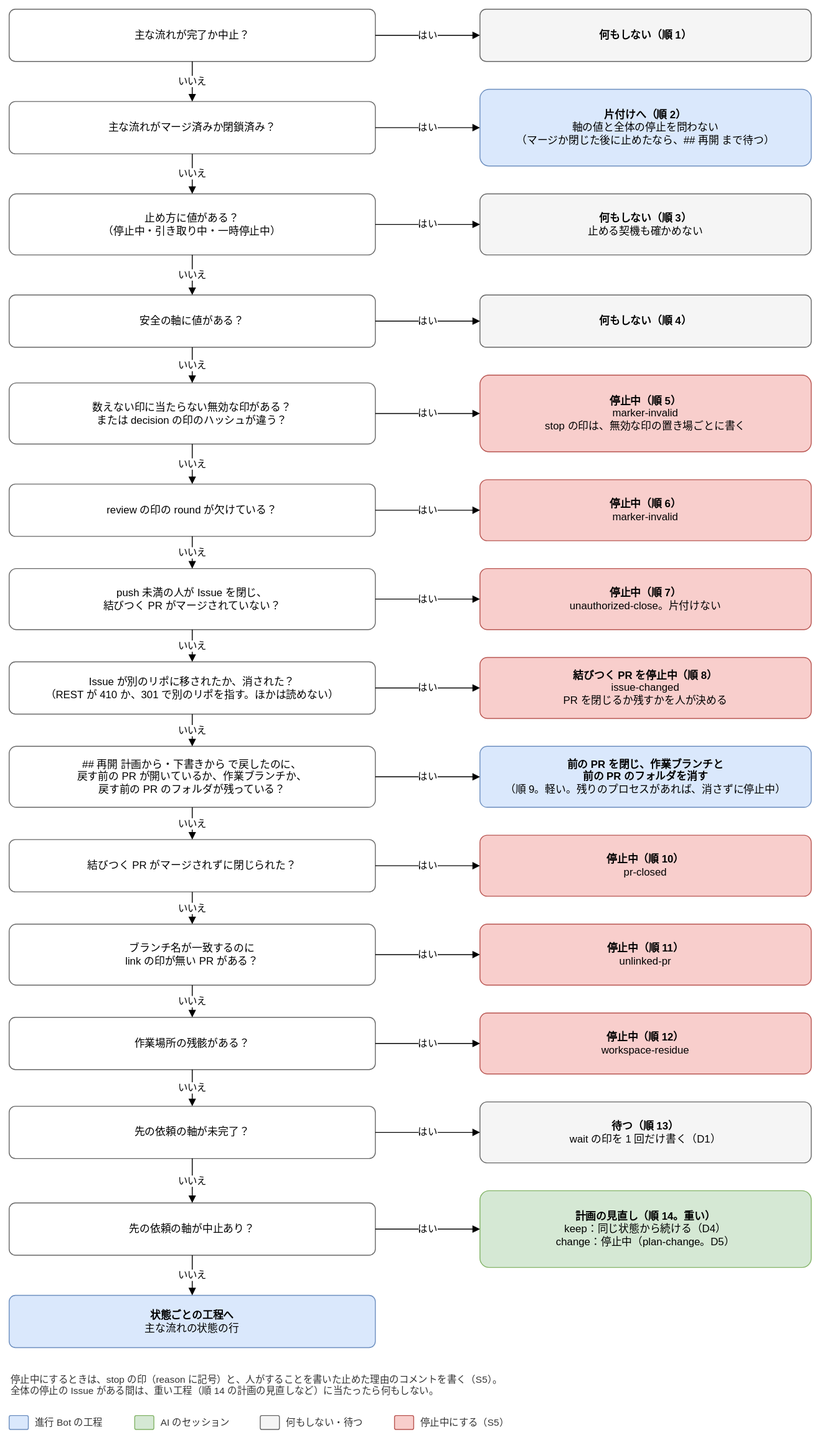
The draw.io diagram docs/design/basic/diagrams/02-next-step-stops.drawio.svg in Joymerrevent/dev-autopilot, before a commit. Source tidied: cells renumbered, new cells last; positions are measured from the earlier drawing's top-left corner, leaving out a move shared by most shapes.
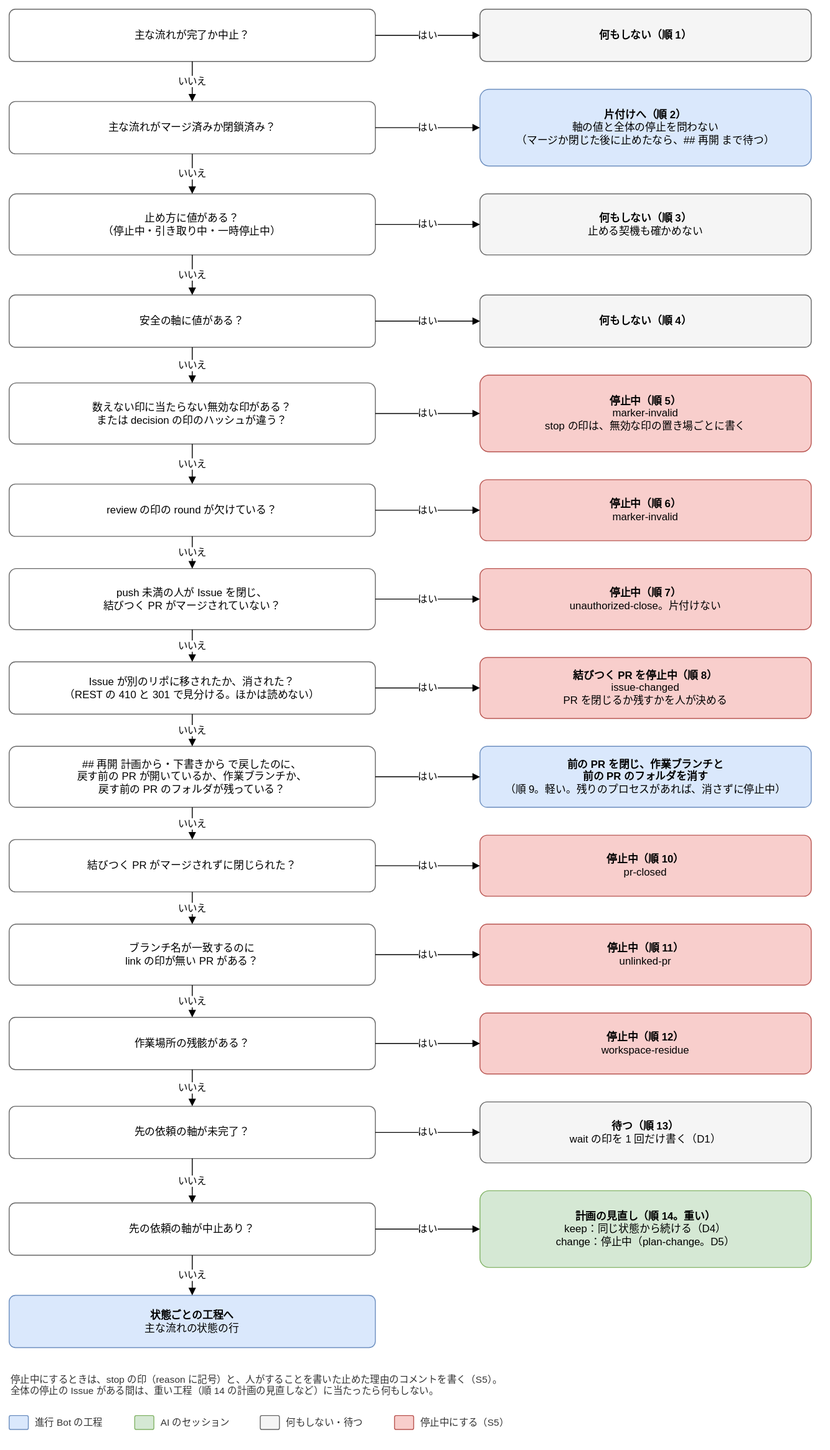
After the commit.

Commit message:
docs(design): 次の工程と作業場所の残骸の図の見分け方の文言を、410 と 301 で見分ける形にする

基本設計の「状態の組み立て」の見分け方を直したので、写している 2 つの図の文言を合わせる。
詳しい条件は「状態の組み立て」に任せる。

- 02-next-step-stops：「REST の 410 と 301 で見分ける。ほかは読めない」
- 02-workspace-residue：「REST の 410 と 301 で見分ける」と FACT-145・FACT-147 を足す

Claude-Session: https://claude.ai/code/session_01LvmXQN14Y95msvojZ6hWNP

The edit, as a diff of the source:
```diff
@@ -83,7 +83,7 @@
     <mxCell id="28" value="いいえ" style="edgeStyle=orthogonalEdgeStyle;rounded=1;html=1;endArrow=block;endFill=1;fontSize=11;labelBackgroundColor=#ffffff;exitX=0.5;exitY=1;exitDx=0;exitDy=0;entryX=0.5;entryY=0;entryDx=0;entryDy=0;" parent="1" edge="1" source="21" target="25">
       <mxGeometry relative="1" as="geometry" />
     </mxCell>
-    <mxCell id="29" value="Issue が別のリポに移されたか、消された？&lt;br&gt;（REST が 410 か、301 で別のリポを指す。ほかは読めない）" style="rounded=1;whiteSpace=wrap;html=1;fontSize=12;arcSize=12;spacing=12;fillColor=#ffffff;strokeColor=#666666;" parent="1" vertex="1">
+    <mxCell id="29" value="Issue が別のリポに移されたか、消された？&lt;br&gt;（REST の 410 と 301 で見分ける。ほかは読めない）" style="rounded=1;whiteSpace=wrap;html=1;fontSize=12;arcSize=12;spacing=12;fillColor=#ffffff;strokeColor=#666666;" parent="1" vertex="1">
       <mxGeometry y="749" width="420" height="60" as="geometry" />
     </mxCell>
     <mxCell id="30" value="&lt;b&gt;結びつく PR を停止中（順 8）&lt;/b&gt;&lt;br&gt;issue-changed&lt;br&gt;PR を閉じるか残すかを人が決める" style="rounded=1;whiteSpace=wrap;html=1;fontSize=12;arcSize=12;spacing=12;fillColor=#f8cecc;strokeColor=#b85450;" parent="1" vertex="1">
```
